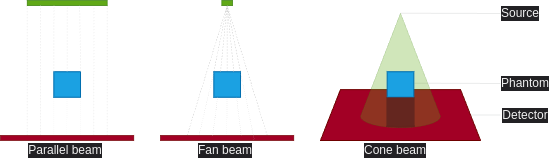
This is media/x-ray_ct_geometries.png from optui/recon, a draw.io export, as it was before one commit. Source tidied: cells renumbered, new cells last; positions are measured from the earlier drawing's top-left corner, leaving out a move shared by most shapes.
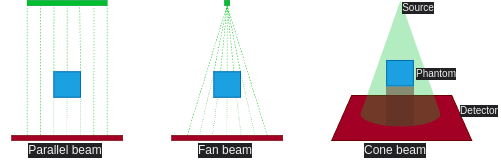
Above is the later version.

The edit, as a diff of the source:
```diff
@@ -2,6 +2,12 @@
   <root>
     <mxCell id="0" />
     <mxCell id="1" parent="0" />
+    <mxCell id="17" style="shape=trapezoid;perimeter=trapezoidPerimeter;whiteSpace=wrap;html=1;fixedSize=1;strokeWidth=1;fillColor=#a20025;fontColor=#ffffff;strokeColor=#6F0000;" parent="1" vertex="1">
+      <mxGeometry x="331.2" y="95" width="140" height="45" as="geometry" />
+    </mxCell>
+    <mxCell id="18" style="verticalLabelPosition=bottom;verticalAlign=middle;html=1;shape=mxgraph.basic.cone2;dx=0.5;dy=0.9;strokeWidth=0.5;fillColor=#00bf2e;opacity=30;fontColor=#ffffff;strokeColor=none;rounded=0;sketch=0;" parent="1" vertex="1">
+      <mxGeometry x="360" width="80" height="126" as="geometry" />
+    </mxCell>
     <mxCell id="2" value="Parallel beam" style="text;html=1;align=center;verticalAlign=middle;whiteSpace=wrap;rounded=0;labelBackgroundColor=#222124;fillColor=none;fontColor=#F0F0F0;" parent="1" vertex="1">
       <mxGeometry y="140" width="130" height="20" as="geometry" />
     </mxCell>
@@ -11,162 +17,124 @@
     <mxCell id="4" value="Cone beam" style="text;html=1;fillColor=none;align=center;verticalAlign=middle;whiteSpace=wrap;rounded=0;labelBackgroundColor=#222124;fontColor=#F0F0F0;" parent="1" vertex="1">
       <mxGeometry x="330" y="140" width="130" height="20" as="geometry" />
     </mxCell>
-    <mxCell id="5" style="endArrow=none;html=1;entryX=0;entryY=0;entryDx=39.99999999999999;entryDy=0;entryPerimeter=0;exitX=0;exitY=0.5;exitDx=0;exitDy=0;strokeColor=#eaebeb;" parent="1" edge="1" source="6" target="18">
-      <mxGeometry relative="1" as="geometry" />
-    </mxCell>
-    <mxCell id="6" value="Source" style="text;html=1;fillColor=none;align=center;verticalAlign=middle;whiteSpace=wrap;rounded=0;labelBackgroundColor=#222124;fontColor=#F0F0F0;" parent="1" vertex="1">
-      <mxGeometry x="500" y="3" width="40" height="20" as="geometry" />
-    </mxCell>
-    <mxCell id="7" style="endArrow=none;html=1;entryX=0;entryY=0;entryDx=39.99999999999999;entryDy=0;entryPerimeter=0;exitX=0;exitY=0.5;exitDx=0;exitDy=0;strokeColor=#eaebeb;" parent="1" edge="1" source="8">
-      <mxGeometry relative="1" as="geometry">
-        <mxPoint x="414" y="82.7" as="targetPoint" />
-      </mxGeometry>
-    </mxCell>
-    <mxCell id="8" value="Phantom" style="text;html=1;fillColor=none;align=center;verticalAlign=middle;whiteSpace=wrap;rounded=0;labelBackgroundColor=#222124;fontColor=#F0F0F0;" parent="1" vertex="1">
-      <mxGeometry x="500" y="73" width="50" height="20" as="geometry" />
-    </mxCell>
-    <mxCell id="9" style="endArrow=none;html=1;entryX=1;entryY=0.5;entryDx=0;entryDy=0;exitX=0;exitY=0.5;exitDx=0;exitDy=0;strokeColor=#eaebeb;" parent="1" edge="1" source="10" target="17">
-      <mxGeometry relative="1" as="geometry" />
-    </mxCell>
-    <mxCell id="10" value="Detector" style="text;html=1;align=center;verticalAlign=middle;whiteSpace=wrap;rounded=0;labelBackgroundColor=#222124;fillColor=none;fontColor=#F0F0F0;" parent="1" vertex="1">
-      <mxGeometry x="500" y="104.5" width="50" height="20" as="geometry" />
-    </mxCell>
-    <mxCell id="11" style="shape=(stored shape, 4476 characters);lineShape=1;perimeterSpacing=0;strokeWidth=0;fillColor=#008a00;fontColor=#ffffff;strokeColor=#005700;" parent="1" vertex="1">
-      <mxGeometry x="378.1" y="96.4" width="45.2" height="32" as="geometry" />
-    </mxCell>
-    <mxCell id="12" style="shape=(stored shape, 2100 characters);lineShape=1;sketch=0;strokeWidth=0;" parent="1" vertex="1">
-      <mxGeometry x="386.2" y="102.1" width="10" height="16.2" as="geometry" />
-    </mxCell>
-    <mxCell id="13" style="shape=(stored shape, 904 characters);lineShape=1;sketch=0;strokeWidth=0;" parent="1" vertex="1">
-      <mxGeometry x="400.2" y="102.2" width="1.9" height="16.3" as="geometry" />
-    </mxCell>
-    <mxCell id="14" style="shape=(stored shape, 1576 characters);lineShape=1;sketch=0;strokeWidth=0;" parent="1" vertex="1">
-      <mxGeometry x="388.7" y="102.9" width="18.3" height="16.3" as="geometry" />
-    </mxCell>
-    <mxCell id="15" style="shape=(stored shape, 940 characters);lineShape=1;sketch=0;strokeWidth=0;" parent="1" vertex="1">
-      <mxGeometry x="389.9" y="98.3" width="6.9" height="21.5" as="geometry" />
-    </mxCell>
-    <mxCell id="16" style="shape=(stored shape, 712 characters);lineShape=1;sketch=0;strokeWidth=0;" parent="1" vertex="1">
-      <mxGeometry x="392.7" y="101.6" width="7.4" height="17.7" as="geometry" />
-    </mxCell>
-    <mxCell id="17" style="shape=trapezoid;perimeter=trapezoidPerimeter;whiteSpace=wrap;html=1;fixedSize=1;strokeWidth=1;fillColor=#a20025;fontColor=#ffffff;strokeColor=#6F0000;" parent="1" vertex="1">
-      <mxGeometry x="320" y="89.1" width="160" height="50.9" as="geometry" />
-    </mxCell>
-    <mxCell id="18" style="verticalLabelPosition=bottom;verticalAlign=top;html=1;shape=mxgraph.basic.cone2;dx=0.5;dy=0.9;strokeWidth=0.5;fillColor=#60a917;opacity=30;fontColor=#ffffff;strokeColor=#2D7600;" parent="1" vertex="1">
-      <mxGeometry x="360" y="12.7" width="80" height="114.5" as="geometry" />
-    </mxCell>
-    <mxCell id="19" style="rounded=0;whiteSpace=wrap;html=1;strokeWidth=1;fillColor=#1ba1e2;rotation=-180;fontColor=#ffffff;strokeColor=#006EAF;" parent="1" vertex="1">
-      <mxGeometry x="386.7" y="71.3" width="26.7" height="25.5" as="geometry" />
-    </mxCell>
-    <mxCell id="20" style="endArrow=none;dashed=1;html=1;strokeWidth=0.5;startSize=4;endSize=4;entryX=0;entryY=1;entryDx=0;entryDy=0;strokeColor=#E6E6E6;" parent="1" edge="1" target="22">
+    <mxCell id="20" style="endArrow=none;dashed=1;html=1;strokeWidth=0.5;startSize=4;endSize=4;entryX=0;entryY=1;entryDx=0;entryDy=0;strokeColor=#00BF13;" parent="1" edge="1" target="22">
       <mxGeometry relative="1" as="geometry">
         <mxPoint x="26.7" y="134.9" as="sourcePoint" />
       </mxGeometry>
     </mxCell>
-    <mxCell id="21" style="endArrow=none;dashed=1;html=1;strokeWidth=0.5;startSize=4;endSize=4;entryX=1;entryY=1;entryDx=0;entryDy=0;strokeColor=#E6E6E6;" parent="1" edge="1" target="22">
+    <mxCell id="21" style="endArrow=none;dashed=1;html=1;strokeWidth=0.5;startSize=4;endSize=4;entryX=1;entryY=1;entryDx=0;entryDy=0;strokeColor=#00BF13;" parent="1" edge="1" target="22">
       <mxGeometry relative="1" as="geometry">
         <mxPoint x="106.7" y="134.9" as="sourcePoint" />
       </mxGeometry>
     </mxCell>
-    <mxCell id="22" style="rounded=0;whiteSpace=wrap;html=1;strokeWidth=0.5;fillColor=#60a917;fontColor=#ffffff;strokeColor=#2D7600;" parent="1" vertex="1">
+    <mxCell id="22" style="rounded=0;whiteSpace=wrap;html=1;strokeWidth=0.5;fillColor=#00bf2e;strokeColor=#009931;" parent="1" vertex="1">
       <mxGeometry x="26.7" width="80" height="5.1" as="geometry" />
     </mxCell>
     <mxCell id="23" style="rounded=0;whiteSpace=wrap;html=1;strokeWidth=1;fillColor=#1ba1e2;rotation=-180;fontColor=#ffffff;strokeColor=#006EAF;" parent="1" vertex="1">
       <mxGeometry x="53.3" y="71.3" width="26.7" height="25.5" as="geometry" />
     </mxCell>
-    <mxCell id="24" style="endArrow=none;dashed=1;html=1;strokeWidth=0.5;startSize=4;endSize=4;exitX=0;exitY=1;exitDx=0;exitDy=0;entryX=0.657;entryY=0.987;entryDx=0;entryDy=0;entryPerimeter=0;strokeColor=#E6E6E6;" parent="1" edge="1" source="23" target="22">
+    <mxCell id="24" style="endArrow=none;dashed=1;html=1;strokeWidth=0.5;startSize=4;endSize=4;exitX=0;exitY=1;exitDx=0;exitDy=0;entryX=0.657;entryY=0.987;entryDx=0;entryDy=0;entryPerimeter=0;strokeColor=#00BF13;" parent="1" edge="1" source="23" target="22">
       <mxGeometry relative="1" as="geometry" />
     </mxCell>
-    <mxCell id="25" style="endArrow=none;dashed=1;html=1;strokeWidth=0.5;startSize=4;endSize=4;exitX=1;exitY=1;exitDx=0;exitDy=0;entryX=0.335;entryY=0.919;entryDx=0;entryDy=0;entryPerimeter=0;strokeColor=#E6E6E6;" parent="1" edge="1" source="23" target="22">
+    <mxCell id="25" style="endArrow=none;dashed=1;html=1;strokeWidth=0.5;startSize=4;endSize=4;exitX=1;exitY=1;exitDx=0;exitDy=0;entryX=0.335;entryY=0.919;entryDx=0;entryDy=0;entryPerimeter=0;strokeColor=#00BF13;" parent="1" edge="1" source="23" target="22">
       <mxGeometry relative="1" as="geometry" />
     </mxCell>
-    <mxCell id="26" style="endArrow=none;dashed=1;html=1;dashPattern=1 3;strokeWidth=0.5;startSize=4;endSize=4;entryX=1;entryY=0;entryDx=0;entryDy=0;strokeColor=#E6E6E6;" parent="1" edge="1" target="23">
+    <mxCell id="26" style="endArrow=none;dashed=1;html=1;dashPattern=1 3;strokeWidth=0.5;startSize=4;endSize=4;entryX=1;entryY=0;entryDx=0;entryDy=0;strokeColor=#008A0E;" parent="1" edge="1" target="23">
       <mxGeometry relative="1" as="geometry">
         <mxPoint x="53.3" y="134.9" as="sourcePoint" />
       </mxGeometry>
     </mxCell>
-    <mxCell id="27" style="endArrow=none;dashed=1;html=1;dashPattern=1 3;strokeWidth=0.5;startSize=4;endSize=4;entryX=0;entryY=0;entryDx=0;entryDy=0;strokeColor=#E6E6E6;" parent="1" edge="1" target="23">
+    <mxCell id="27" style="endArrow=none;dashed=1;html=1;dashPattern=1 3;strokeWidth=0.5;startSize=4;endSize=4;entryX=0;entryY=0;entryDx=0;entryDy=0;strokeColor=#008A0E;" parent="1" edge="1" target="23">
       <mxGeometry relative="1" as="geometry">
         <mxPoint x="80" y="134.9" as="sourcePoint" />
       </mxGeometry>
     </mxCell>
-    <mxCell id="28" style="endArrow=none;dashed=1;html=1;strokeWidth=0.5;startSize=4;endSize=4;exitX=0.5;exitY=1;exitDx=0;exitDy=0;entryX=0.5;entryY=1;entryDx=0;entryDy=0;strokeColor=#E6E6E6;" parent="1" edge="1" source="23" target="22">
+    <mxCell id="28" style="endArrow=none;dashed=1;html=1;strokeWidth=0.5;startSize=4;endSize=4;exitX=0.5;exitY=1;exitDx=0;exitDy=0;entryX=0.5;entryY=1;entryDx=0;entryDy=0;strokeColor=#00BF13;" parent="1" edge="1" source="23" target="22">
       <mxGeometry relative="1" as="geometry" />
     </mxCell>
-    <mxCell id="29" style="endArrow=none;dashed=1;html=1;dashPattern=1 3;strokeWidth=0.5;startSize=4;endSize=4;entryX=0.5;entryY=0;entryDx=0;entryDy=0;strokeColor=#E6E6E6;" parent="1" edge="1" target="23">
+    <mxCell id="29" style="endArrow=none;dashed=1;html=1;dashPattern=1 3;strokeWidth=0.5;startSize=4;endSize=4;entryX=0.5;entryY=0;entryDx=0;entryDy=0;strokeColor=#008A0E;" parent="1" edge="1" target="23">
       <mxGeometry relative="1" as="geometry">
         <mxPoint x="66.5" y="134.9" as="sourcePoint" />
       </mxGeometry>
     </mxCell>
-    <mxCell id="30" style="endArrow=none;dashed=1;html=1;strokeWidth=0.5;startSize=4;endSize=4;entryX=0.836;entryY=1.322;entryDx=0;entryDy=0;entryPerimeter=0;strokeColor=#E6E6E6;" parent="1" edge="1" target="22">
+    <mxCell id="30" style="endArrow=none;dashed=1;html=1;strokeWidth=0.5;startSize=4;endSize=4;entryX=0.836;entryY=1.322;entryDx=0;entryDy=0;entryPerimeter=0;strokeColor=#00BF13;" parent="1" edge="1" target="22">
       <mxGeometry relative="1" as="geometry">
         <mxPoint x="93.3" y="134.9" as="sourcePoint" />
       </mxGeometry>
     </mxCell>
-    <mxCell id="31" style="endArrow=none;dashed=1;html=1;strokeWidth=0.5;startSize=4;endSize=4;entryX=0.165;entryY=0.987;entryDx=0;entryDy=0;entryPerimeter=0;strokeColor=#E6E6E6;" parent="1" edge="1" target="22">
+    <mxCell id="31" style="endArrow=none;dashed=1;html=1;strokeWidth=0.5;startSize=4;endSize=4;entryX=0.165;entryY=0.987;entryDx=0;entryDy=0;entryPerimeter=0;strokeColor=#00BF13;" parent="1" edge="1" target="22">
       <mxGeometry relative="1" as="geometry">
         <mxPoint x="40" y="134.9" as="sourcePoint" />
       </mxGeometry>
     </mxCell>
     <mxCell id="32" style="rounded=0;whiteSpace=wrap;html=1;strokeWidth=0.5;fillColor=#a20025;fontColor=#ffffff;strokeColor=#6F0000;" parent="1" vertex="1">
-      <mxGeometry y="134.9" width="133.3" height="5.1" as="geometry" />
+      <mxGeometry x="11.2" y="134.9" width="111" height="5.1" as="geometry" />
     </mxCell>
-    <mxCell id="33" style="endArrow=none;dashed=1;html=1;strokeWidth=0.5;startSize=4;endSize=4;entryX=0.5;entryY=1;entryDx=0;entryDy=0;strokeColor=#cccccc;" parent="1" edge="1" target="35">
+    <mxCell id="33" style="endArrow=none;dashed=1;html=1;strokeWidth=0.5;startSize=4;endSize=4;entryX=0.5;entryY=1;entryDx=0;entryDy=0;strokeColor=#00BF13;" parent="1" edge="1" target="35">
       <mxGeometry relative="1" as="geometry">
         <mxPoint x="186.7" y="134.9" as="sourcePoint" />
       </mxGeometry>
     </mxCell>
-    <mxCell id="34" style="endArrow=none;dashed=1;html=1;strokeWidth=0.5;startSize=4;endSize=4;entryX=0.5;entryY=1;entryDx=0;entryDy=0;strokeColor=#cccccc;" parent="1" edge="1" target="35">
+    <mxCell id="34" style="endArrow=none;dashed=1;html=1;strokeWidth=0.5;startSize=4;endSize=4;entryX=0.5;entryY=1;entryDx=0;entryDy=0;strokeColor=#00BF13;" parent="1" edge="1" target="35">
       <mxGeometry relative="1" as="geometry">
         <mxPoint x="266.7" y="134.9" as="sourcePoint" />
       </mxGeometry>
     </mxCell>
-    <mxCell id="35" style="rounded=0;whiteSpace=wrap;html=1;strokeWidth=0.5;fillColor=#60a917;fontColor=#ffffff;strokeColor=#2D7600;" parent="1" vertex="1">
-      <mxGeometry x="221.3" width="10.7" height="5.1" as="geometry" />
+    <mxCell id="35" style="rounded=0;whiteSpace=wrap;html=1;strokeWidth=0.5;fillColor=#00bf2e;strokeColor=#009931;" parent="1" vertex="1">
+      <mxGeometry x="224.2" width="5" height="5" as="geometry" />
     </mxCell>
-    <mxCell id="36" style="endArrow=none;dashed=1;html=1;strokeWidth=0.5;startSize=4;endSize=4;exitX=0;exitY=1;exitDx=0;exitDy=0;entryX=0.5;entryY=1;entryDx=0;entryDy=0;strokeColor=#cccccc;" parent="1" edge="1" source="41" target="35">
+    <mxCell id="36" style="endArrow=none;dashed=1;html=1;strokeWidth=0.5;startSize=4;endSize=4;exitX=0;exitY=1;exitDx=0;exitDy=0;entryX=0.5;entryY=1;entryDx=0;entryDy=0;strokeColor=#00BF13;" parent="1" edge="1" source="41" target="35">
       <mxGeometry relative="1" as="geometry" />
     </mxCell>
-    <mxCell id="37" style="endArrow=none;dashed=1;html=1;strokeWidth=0.5;startSize=4;endSize=4;exitX=1;exitY=1;exitDx=0;exitDy=0;entryX=0.5;entryY=1;entryDx=0;entryDy=0;strokeColor=#cccccc;" parent="1" edge="1" source="41" target="35">
+    <mxCell id="37" style="endArrow=none;dashed=1;html=1;strokeWidth=0.5;startSize=4;endSize=4;exitX=1;exitY=1;exitDx=0;exitDy=0;entryX=0.5;entryY=1;entryDx=0;entryDy=0;strokeColor=#00BF13;" parent="1" edge="1" source="41" target="35">
       <mxGeometry relative="1" as="geometry" />
     </mxCell>
-    <mxCell id="38" style="endArrow=none;dashed=1;html=1;strokeWidth=0.5;startSize=4;endSize=4;exitX=0.5;exitY=1;exitDx=0;exitDy=0;entryX=0.5;entryY=1;entryDx=0;entryDy=0;strokeColor=#cccccc;" parent="1" edge="1" source="41" target="35">
+    <mxCell id="38" style="endArrow=none;dashed=1;html=1;strokeWidth=0.5;startSize=4;endSize=4;exitX=0.5;exitY=1;exitDx=0;exitDy=0;entryX=0.5;entryY=1;entryDx=0;entryDy=0;strokeColor=#00BF13;" parent="1" edge="1" source="41" target="35">
       <mxGeometry relative="1" as="geometry" />
     </mxCell>
-    <mxCell id="39" style="endArrow=none;dashed=1;html=1;dashPattern=1 3;strokeWidth=0.5;startSize=4;endSize=4;entryX=0.5;entryY=0;entryDx=0;entryDy=0;strokeColor=#cccccc;" parent="1" edge="1" target="41">
+    <mxCell id="39" style="endArrow=none;dashed=1;html=1;dashPattern=1 3;strokeWidth=0.5;startSize=4;endSize=4;entryX=0.5;entryY=0;entryDx=0;entryDy=0;strokeColor=#008A0E;" parent="1" edge="1" target="41">
       <mxGeometry relative="1" as="geometry">
         <mxPoint x="226.5" y="134.9" as="sourcePoint" />
       </mxGeometry>
     </mxCell>
     <mxCell id="40" style="rounded=0;whiteSpace=wrap;html=1;strokeWidth=0.5;fillColor=#a20025;fontColor=#ffffff;strokeColor=#6F0000;" parent="1" vertex="1">
-      <mxGeometry x="160" y="134.9" width="133.3" height="5.1" as="geometry" />
+      <mxGeometry x="171.2" y="134.9" width="111" height="5.1" as="geometry" />
     </mxCell>
     <mxCell id="41" style="rounded=0;whiteSpace=wrap;html=1;strokeWidth=1;fillColor=#1ba1e2;rotation=-180;fontColor=#ffffff;strokeColor=#006EAF;" parent="1" vertex="1">
       <mxGeometry x="213.3" y="71.3" width="26.7" height="25.5" as="geometry" />
     </mxCell>
-    <mxCell id="42" style="endArrow=none;dashed=1;html=1;strokeWidth=0.5;startSize=4;endSize=4;exitX=0.75;exitY=1;exitDx=0;exitDy=0;entryX=0.5;entryY=1;entryDx=0;entryDy=0;strokeColor=#cccccc;" parent="1" edge="1" source="41" target="35">
+    <mxCell id="42" style="endArrow=none;dashed=1;html=1;strokeWidth=0.5;startSize=4;endSize=4;exitX=0.75;exitY=1;exitDx=0;exitDy=0;entryX=0.5;entryY=1;entryDx=0;entryDy=0;strokeColor=#00BF13;" parent="1" edge="1" source="41" target="35">
       <mxGeometry relative="1" as="geometry" />
     </mxCell>
-    <mxCell id="43" style="endArrow=none;dashed=1;html=1;strokeWidth=0.5;startSize=4;endSize=4;exitX=0.25;exitY=1;exitDx=0;exitDy=0;entryX=0.5;entryY=1;entryDx=0;entryDy=0;strokeColor=#cccccc;" parent="1" edge="1" source="41" target="35">
+    <mxCell id="43" style="endArrow=none;dashed=1;html=1;strokeWidth=0.5;startSize=4;endSize=4;exitX=0.25;exitY=1;exitDx=0;exitDy=0;entryX=0.5;entryY=1;entryDx=0;entryDy=0;strokeColor=#00BF13;" parent="1" edge="1" source="41" target="35">
       <mxGeometry relative="1" as="geometry" />
     </mxCell>
-    <mxCell id="44" style="endArrow=none;dashed=1;html=1;dashPattern=1 3;strokeWidth=0.5;startSize=4;endSize=4;entryX=1;entryY=1;entryDx=0;entryDy=0;exitX=0.291;exitY=-0.211;exitDx=0;exitDy=0;exitPerimeter=0;strokeColor=#cccccc;" parent="1" edge="1" source="40" target="41">
+    <mxCell id="44" style="endArrow=none;dashed=1;html=1;dashPattern=1 3;strokeWidth=0.5;startSize=4;endSize=4;entryX=1;entryY=1;entryDx=0;entryDy=0;exitX=0.25;exitY=0;exitDx=0;exitDy=0;strokeColor=#008A0E;" parent="1" edge="1" source="40" target="41">
       <mxGeometry relative="1" as="geometry" />
     </mxCell>
-    <mxCell id="45" style="endArrow=none;dashed=1;html=1;dashPattern=1 3;strokeWidth=0.5;startSize=4;endSize=4;entryX=0.86;entryY=-0.014;entryDx=0;entryDy=0;entryPerimeter=0;exitX=0.391;exitY=0.058;exitDx=0;exitDy=0;exitPerimeter=0;strokeColor=#cccccc;" parent="1" edge="1" source="40" target="41">
+    <mxCell id="45" style="endArrow=none;dashed=1;html=1;dashPattern=1 3;strokeWidth=0.5;startSize=4;endSize=4;entryX=0.86;entryY=-0.014;entryDx=0;entryDy=0;entryPerimeter=0;exitX=0.366;exitY=0.063;exitDx=0;exitDy=0;exitPerimeter=0;strokeColor=#008A0E;" parent="1" edge="1" source="40" target="41">
       <mxGeometry relative="1" as="geometry" />
     </mxCell>
-    <mxCell id="46" style="endArrow=none;dashed=1;html=1;dashPattern=1 3;strokeWidth=0.5;startSize=4;endSize=4;entryX=0;entryY=1;entryDx=0;entryDy=0;exitX=0.702;exitY=0.728;exitDx=0;exitDy=0;exitPerimeter=0;strokeColor=#cccccc;" parent="1" edge="1" source="40" target="41">
+    <mxCell id="46" style="endArrow=none;dashed=1;html=1;dashPattern=1 3;strokeWidth=0.5;startSize=4;endSize=4;entryX=0;entryY=1;entryDx=0;entryDy=0;exitX=0.75;exitY=0;exitDx=0;exitDy=0;strokeColor=#008A0E;" parent="1" edge="1" source="40" target="41">
       <mxGeometry relative="1" as="geometry" />
     </mxCell>
-    <mxCell id="47" style="endArrow=none;dashed=1;html=1;dashPattern=1 3;strokeWidth=0.5;startSize=4;endSize=4;entryX=0.144;entryY=0.014;entryDx=0;entryDy=0;entryPerimeter=0;exitX=0.605;exitY=0.105;exitDx=0;exitDy=0;exitPerimeter=0;strokeColor=#cccccc;" parent="1" edge="1" source="40" target="41">
+    <mxCell id="47" style="endArrow=none;dashed=1;html=1;dashPattern=1 3;strokeWidth=0.5;startSize=4;endSize=4;entryX=0.144;entryY=0.014;entryDx=0;entryDy=0;entryPerimeter=0;exitX=0.627;exitY=0.139;exitDx=0;exitDy=0;exitPerimeter=0;strokeColor=#008A0E;" parent="1" edge="1" source="40" target="41">
       <mxGeometry relative="1" as="geometry" />
     </mxCell>
+    <mxCell id="8" value="Phantom" style="text;html=1;fillColor=none;align=center;verticalAlign=middle;whiteSpace=wrap;rounded=0;labelBackgroundColor=#222124;fontColor=#F0F0F0;fontSize=10;spacingTop=0;spacing=0;spacingLeft=0;" parent="1" vertex="1">
+      <mxGeometry x="412.9" y="62.7" width="46" height="20" as="geometry" />
+    </mxCell>
+    <mxCell id="10" value="Detector" style="text;html=1;align=center;verticalAlign=middle;whiteSpace=wrap;rounded=0;labelBackgroundColor=#222124;fillColor=none;fontColor=#F0F0F0;fontSize=10;spacingTop=0;spacing=0;spacingLeft=0;" parent="1" vertex="1">
+      <mxGeometry x="459.3" y="100.2" width="40" height="20" as="geometry" />
+    </mxCell>
+    <mxCell id="6" value="Source" style="text;html=1;fillColor=none;align=center;verticalAlign=middle;whiteSpace=wrap;rounded=0;labelBackgroundColor=#222124;fontColor=#F0F0F0;fontSize=10;spacingTop=0;spacing=0;spacingLeft=0;" parent="1" vertex="1">
+      <mxGeometry x="402.2" width="32.2" height="14" as="geometry" />
+    </mxCell>
-    <mxCell id="48" style="rounded=0;whiteSpace=wrap;html=1;sketch=0;strokeWidth=0;strokeColor=#62251d;fillColor=#64261f;" parent="1" vertex="1">
-      <mxGeometry x="386" y="97" width="28" height="29" as="geometry" />
+    <mxCell id="48" style="rounded=0;whiteSpace=wrap;html=1;sketch=0;strokeWidth=0.5;strokeColor=none;fillColor=#5C3025;fontColor=#ffffff;opacity=50;perimeterSpacing=2;" parent="1" vertex="1">
+      <mxGeometry x="385.5" y="86" width="28" height="39.5" as="geometry" />
     </mxCell>
-    <mxCell id="49" style="shape=(stored shape, 3324 characters);lineShape=1;sketch=0;strokeWidth=0;rounded=0;strokeColor=#62251d;" parent="1" vertex="1">
-      <mxGeometry x="385.5" y="124.8" width="28.7" height="2.5" as="geometry" />
-    </mxCell>
+    <mxCell id="19" style="rounded=0;whiteSpace=wrap;html=1;strokeWidth=1;fillColor=#1ba1e2;rotation=-180;fontColor=#ffffff;strokeColor=#006EAF;" parent="1" vertex="1">
+      <mxGeometry x="386.2" y="60" width="26.7" height="25.5" as="geometry" />
+    </mxCell>
   </root>
 </mxGraphModel>
```
